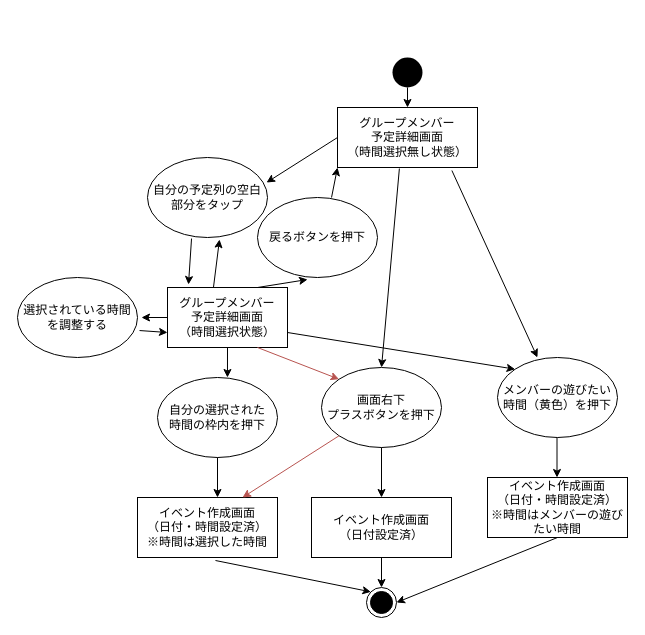
The draw.io diagram makeGroupEvent.drawio in kotatsu828/UML, before the edit. Source tidied: cells renumbered, new cells numbered last; positions are measured from the earlier drawing's top-left corner, leaving out a move shared by most shapes. Both pictures are drawn from the tidied source at 100%, with x=0, y=0 at pixel (17, 57).
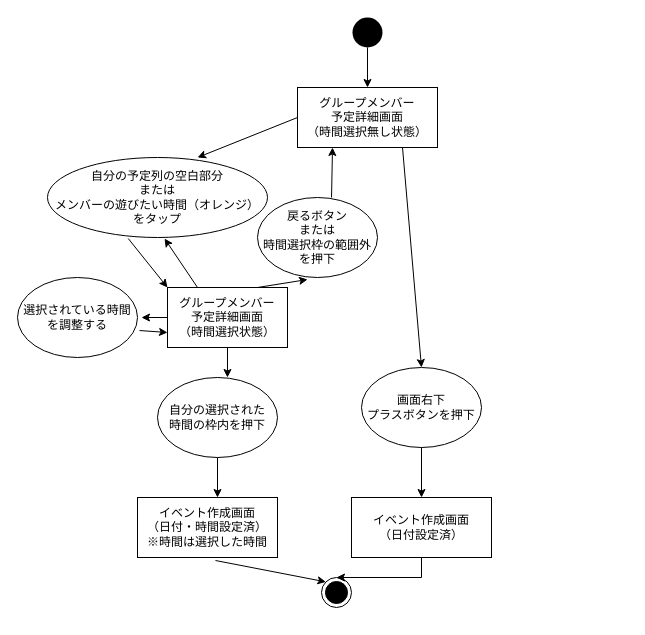
After the change.

The change refers to these unchanged cells:
```xml
<mxCell id="11" value="グループメンバー&lt;br&gt;予定詳細画面&lt;br&gt;&lt;span&gt;（時間選択状態）&lt;br&gt;&lt;/span&gt;" style="rounded=0;whiteSpace=wrap;html=1;" parent="1" vertex="1">
  <mxGeometry x="150" y="230" width="120" height="60" as="geometry" />
</mxCell>
<mxCell id="20" value="イベント作成画面&lt;br&gt;（日付・時間設定済）&lt;br&gt;※時間は選択した時間" style="rounded=0;whiteSpace=wrap;html=1;" parent="1" vertex="1">
  <mxGeometry x="120" y="440" width="140" height="60" as="geometry" />
</mxCell>
```

What changed in the source:
```diff
@@
     <mxCell id="2" value="画面右下&lt;br&gt;プラスボタンを押下" style="ellipse;whiteSpace=wrap;html=1;" parent="1" vertex="1">
-      <mxGeometry x="304" y="310" width="120" height="80" as="geometry" />
+      <mxGeometry x="344" y="310" width="120" height="80" as="geometry" />
     </mxCell>
-    <mxCell id="3" value="メンバーの遊びたい時間（黄色）を押下" style="ellipse;whiteSpace=wrap;html=1;" parent="1" vertex="1">
-      <mxGeometry x="480" y="300" width="120" height="80" as="geometry" />
-    </mxCell>
@@
-    <mxCell id="5" value="自分の予定列の空白部分をタップ" style="ellipse;whiteSpace=wrap;html=1;" parent="1" vertex="1">
-      <mxGeometry x="130" y="100" width="120" height="80" as="geometry" />
+    <mxCell id="5" value="自分の予定列の空白部分&lt;br&gt;または&lt;br&gt;メンバーの遊びたい時間（オレンジ）&lt;br&gt;をタップ" style="ellipse;whiteSpace=wrap;html=1;" parent="1" vertex="1">
+      <mxGeometry x="30" y="100" width="220" height="80" as="geometry" />
     </mxCell>
@@
-    <mxCell id="7" style="endArrow=classic;html=1;entryX=0.992;entryY=0.313;entryDx=0;entryDy=0;entryPerimeter=0;exitX=0;exitY=0.5;exitDx=0;exitDy=0;" parent="1" edge="1" source="10" target="5">
+    <mxCell id="7" style="endArrow=classic;html=1;entryX=0.682;entryY=0;entryDx=0;entryDy=0;entryPerimeter=0;exitX=0;exitY=0.5;exitDx=0;exitDy=0;" parent="1" edge="1" source="10" target="5">
       <mxGeometry relative="1" as="geometry" />
     </mxCell>
-    <mxCell id="8" style="endArrow=classic;html=1;exitX=0.442;exitY=1.017;exitDx=0;exitDy=0;entryX=0.5;entryY=0;entryDx=0;entryDy=0;exitPerimeter=0;" parent="1" edge="1" source="10" target="2">
+    <mxCell id="8" style="endArrow=classic;html=1;exitX=0.75;exitY=1;exitDx=0;exitDy=0;entryX=0.5;entryY=0;entryDx=0;entryDy=0;" parent="1" edge="1" source="10" target="2">
       <mxGeometry relative="1" as="geometry" />
     </mxCell>
-    <mxCell id="9" style="endArrow=classic;html=1;exitX=0.817;exitY=1.05;exitDx=0;exitDy=0;entryX=0.333;entryY=0;entryDx=0;entryDy=0;entryPerimeter=0;exitPerimeter=0;" parent="1" edge="1" source="10" target="3">
-      <mxGeometry relative="1" as="geometry" />
-    </mxCell>
     <mxCell id="10" value="&lt;span&gt;グループメンバー&lt;/span&gt;&lt;br&gt;&lt;span&gt;予定詳細画面&lt;br&gt;（時間選択無し状態）&lt;br&gt;&lt;/span&gt;" style="rounded=0;whiteSpace=wrap;html=1;" parent="1" vertex="1">
-      <mxGeometry x="320" y="50" width="140" height="60" as="geometry" />
+      <mxGeometry x="280" y="30" width="140" height="60" as="geometry" />
     </mxCell>
@@
-    <mxCell id="13" style="endArrow=classic;html=1;exitX=0.367;exitY=1.013;exitDx=0;exitDy=0;entryX=0.175;entryY=-0.05;entryDx=0;entryDy=0;exitPerimeter=0;entryPerimeter=0;" parent="1" edge="1" source="5" target="11">
+    <mxCell id="13" style="endArrow=classic;html=1;exitX=0.367;exitY=1.013;exitDx=0;exitDy=0;entryX=0;entryY=0;entryDx=0;entryDy=0;exitPerimeter=0;" parent="1" edge="1" source="5" target="11">
       <mxGeometry relative="1" as="geometry" />
     </mxCell>
@@
-    <mxCell id="17" value="戻るボタンを押下" style="ellipse;whiteSpace=wrap;html=1;" parent="1" vertex="1">
+    <mxCell id="17" value="戻るボタン&lt;br&gt;または&lt;br&gt;時間選択枠の範囲外&lt;br&gt;を押下" style="ellipse;whiteSpace=wrap;html=1;" parent="1" vertex="1">
       <mxGeometry x="240" y="140" width="120" height="80" as="geometry" />
     </mxCell>
-    <mxCell id="18" style="endArrow=classic;html=1;entryX=0;entryY=1;entryDx=0;entryDy=0;exitX=0.617;exitY=0;exitDx=0;exitDy=0;exitPerimeter=0;" parent="1" edge="1" source="17" target="10">
+    <mxCell id="18" style="endArrow=classic;html=1;entryX=0.25;entryY=1;entryDx=0;entryDy=0;exitX=0.617;exitY=0;exitDx=0;exitDy=0;exitPerimeter=0;" parent="1" edge="1" source="17" target="10">
       <mxGeometry relative="1" as="geometry" />
     </mxCell>
@@
     <mxCell id="22" value="イベント作成画面&lt;br&gt;（日付設定済）" style="rounded=0;whiteSpace=wrap;html=1;" parent="1" vertex="1">
-      <mxGeometry x="294" y="440" width="140" height="60" as="geometry" />
+      <mxGeometry x="334" y="440" width="140" height="60" as="geometry" />
     </mxCell>
@@
-    <mxCell id="24" style="endArrow=classic;html=1;exitX=0.5;exitY=1;exitDx=0;exitDy=0;" parent="1" edge="1">
-      <mxGeometry relative="1" as="geometry">
-        <mxPoint x="539.5" y="380" as="sourcePoint" />
-        <mxPoint x="539.5" y="420" as="targetPoint" />
-      </mxGeometry>
-    </mxCell>
-    <mxCell id="25" value="イベント作成画面&lt;br&gt;（日付・時間設定済）&lt;br&gt;※時間はメンバーの遊びたい時間" style="rounded=0;whiteSpace=wrap;html=1;" parent="1" vertex="1">
-      <mxGeometry x="470" y="420" width="140" height="60" as="geometry" />
-    </mxCell>
-    <mxCell id="26" style="endArrow=classic;html=1;exitX=0.75;exitY=1;exitDx=0;exitDy=0;entryX=0;entryY=0;entryDx=0;entryDy=0;fillColor=#f8cecc;strokeColor=#b85450;" parent="1" edge="1" source="11" target="2">
-      <mxGeometry relative="1" as="geometry" />
-    </mxCell>
-    <mxCell id="27" style="endArrow=classic;html=1;exitX=0.383;exitY=0;exitDx=0;exitDy=0;entryX=0.6;entryY=1.025;entryDx=0;entryDy=0;entryPerimeter=0;exitPerimeter=0;" parent="1" edge="1" source="11" target="5">
+    <mxCell id="27" style="endArrow=classic;html=1;exitX=0.25;exitY=0;exitDx=0;exitDy=0;entryX=0.532;entryY=1.013;entryDx=0;entryDy=0;entryPerimeter=0;" parent="1" edge="1" source="11" target="5">
       <mxGeometry relative="1" as="geometry" />
     </mxCell>
-    <mxCell id="28" style="endArrow=classic;html=1;exitX=1;exitY=0.75;exitDx=0;exitDy=0;entryX=0;entryY=0;entryDx=0;entryDy=0;" parent="1" edge="1" source="11" target="3">
-      <mxGeometry relative="1" as="geometry" />
-    </mxCell>
-    <mxCell id="29" style="endArrow=classic;html=1;exitX=0;exitY=1;exitDx=0;exitDy=0;entryX=0.75;entryY=0;entryDx=0;entryDy=0;fillColor=#f8cecc;strokeColor=#b85450;" parent="1" edge="1" source="2" target="20">
-      <mxGeometry relative="1" as="geometry" />
-    </mxCell>
     <mxCell id="30" style="ellipse;html=1;shape=endState;fillColor=#000000;strokeColor=#000000;" parent="1" vertex="1">
-      <mxGeometry x="349" y="530" width="30" height="30" as="geometry" />
+      <mxGeometry x="304" y="520" width="30" height="30" as="geometry" />
     </mxCell>
     <mxCell id="31" style="ellipse;fillColor=#000000;strokeColor=none;" parent="1" vertex="1">
-      <mxGeometry x="375" width="30" height="30" as="geometry" />
+      <mxGeometry x="335" y="-40" width="30" height="30" as="geometry" />
     </mxCell>
@@
-    <mxCell id="33" style="endArrow=classic;html=1;exitX=0.5;exitY=1;exitDx=0;exitDy=0;entryX=1;entryY=0.5;entryDx=0;entryDy=0;" parent="1" edge="1" source="25" target="30">
-      <mxGeometry relative="1" as="geometry" />
-    </mxCell>
```
